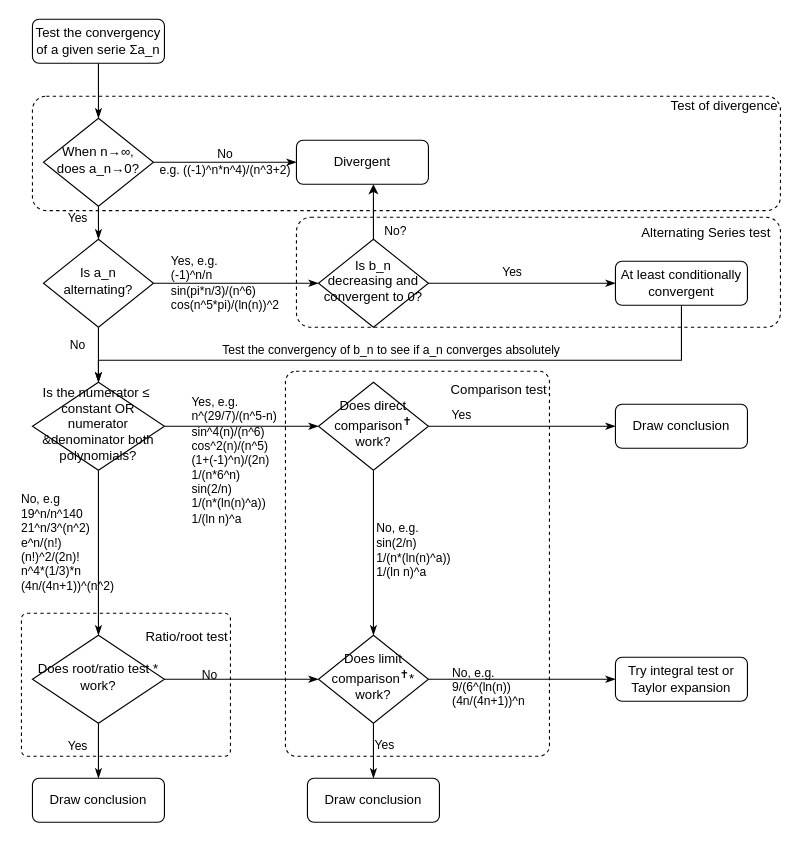
lemonci/notes keeps this draw.io diagram as convergency_testings.drawio. Above is the earlier version. Source tidied: cells renumbered, new cells numbered last; positions are measured from the earlier drawing's top-left corner, leaving out a move shared by most shapes. Both pictures are drawn from the tidied source at 110%, with x=0, y=0 at pixel (21, 19).
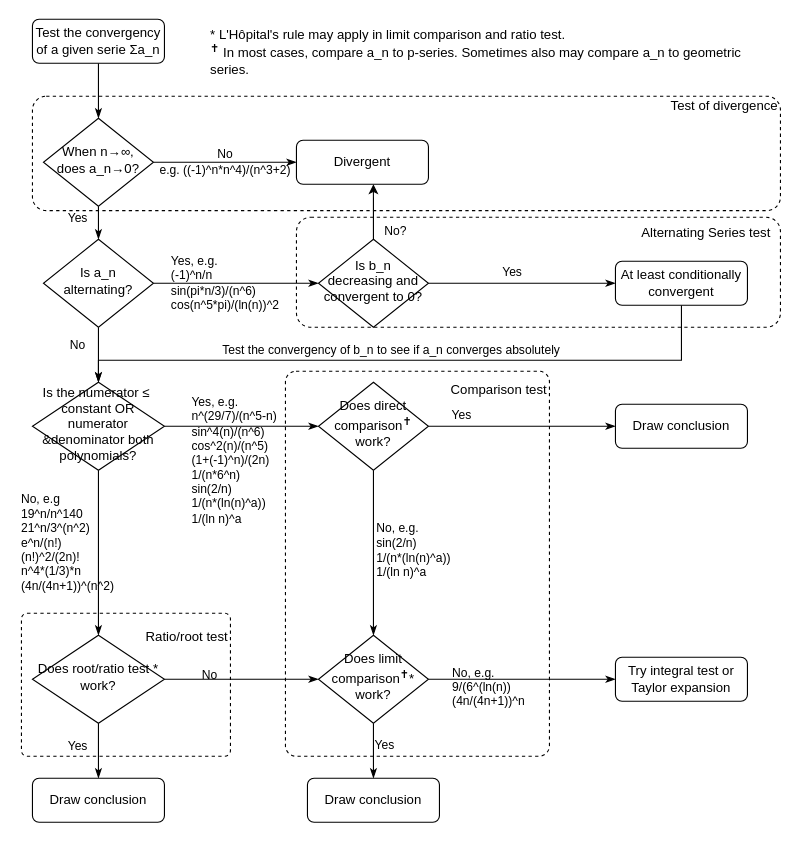
The same diagram, later.

Commit message:
revise a typo

The edit, as a diff of the source:
```diff
@@
+    <mxCell id="47" value="&lt;div&gt;* L'Hôpital's rule may apply in limit comparison and ratio test.&lt;/div&gt;&lt;div&gt;&lt;sup&gt;✝&lt;/sup&gt; In most cases, compare a_n to p-series. Sometimes also may compare a_n to geometric series.&lt;br&gt;&lt;/div&gt;" style="text;whiteSpace=wrap;html=1;" parent="1" vertex="1">
+      <mxGeometry x="170" width="520" height="30" as="geometry" />
+    </mxCell>
```
